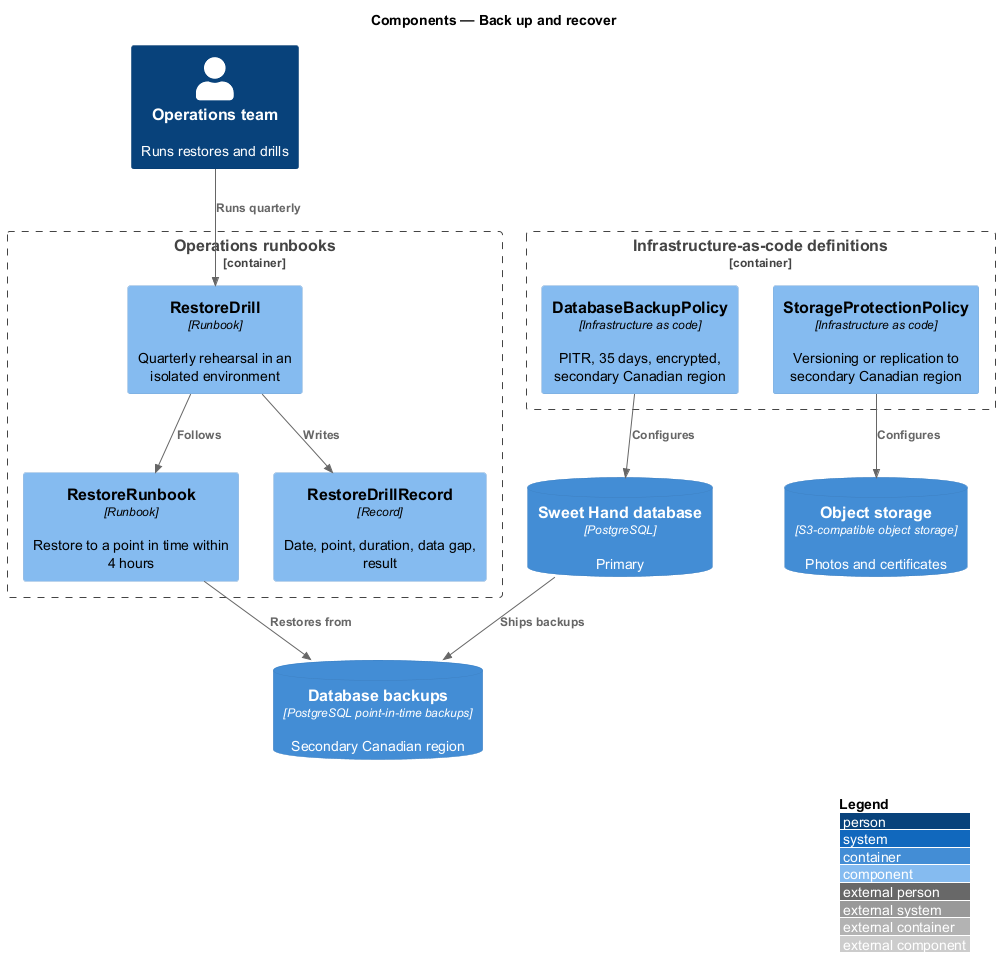
QuinntyneBrown/sweet-hand keeps this PlantUML diagram as docs/detailed-designs/platform/back-up-and-recover/diagrams/c4-component.png. Above is the earlier version.
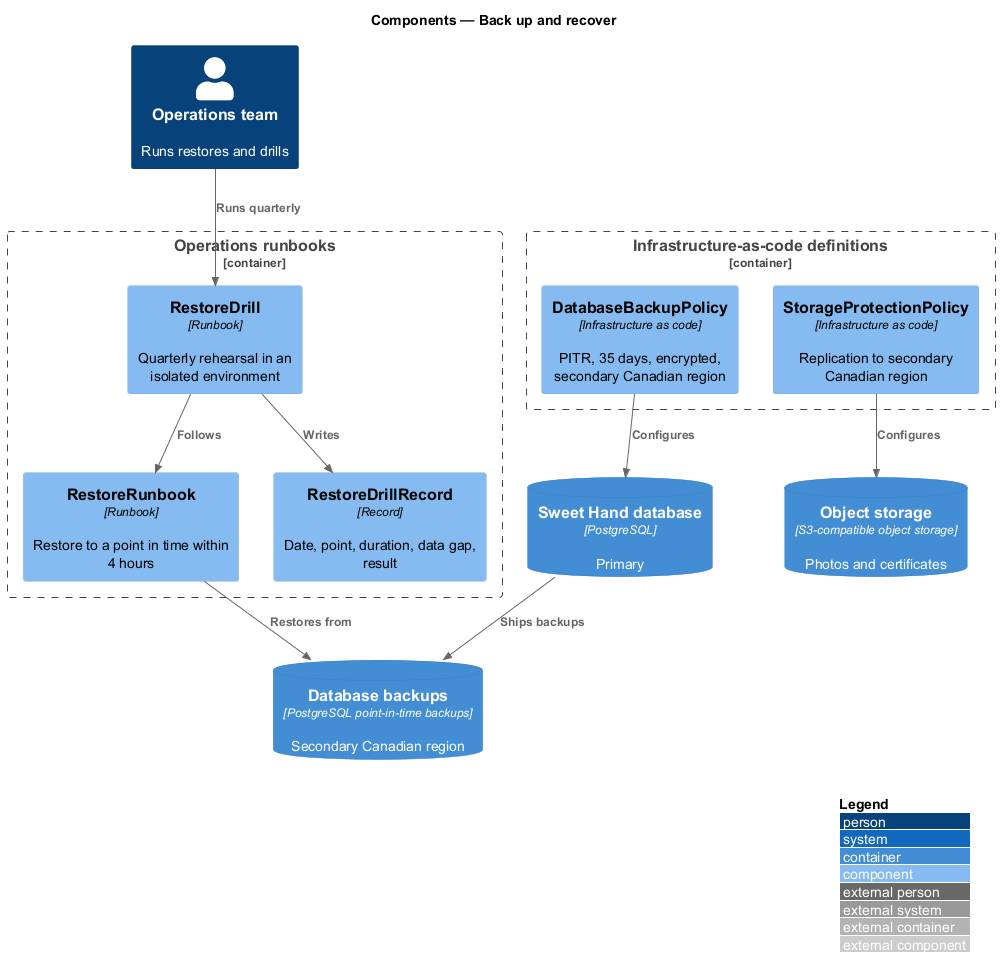
The same file after the commit.

Change to the diagram source:
```diff
@@ -6,7 +6,7 @@
 Person(ops, "Operations team", "Runs restores and drills")
 Container_Boundary(iac, "Infrastructure-as-code definitions") {
   Component(dbpolicy, "DatabaseBackupPolicy", "Infrastructure as code", "PITR, 35 days, encrypted, secondary Canadian region")
-  Component(storepolicy, "StorageProtectionPolicy", "Infrastructure as code", "Versioning or replication to secondary Canadian region")
+  Component(storepolicy, "StorageProtectionPolicy", "Infrastructure as code", "Replication to secondary Canadian region")
 }
 Container_Boundary(runbooks, "Operations runbooks") {
   Component(runbook, "RestoreRunbook", "Runbook", "Restore to a point in time within 4 hours")
```
